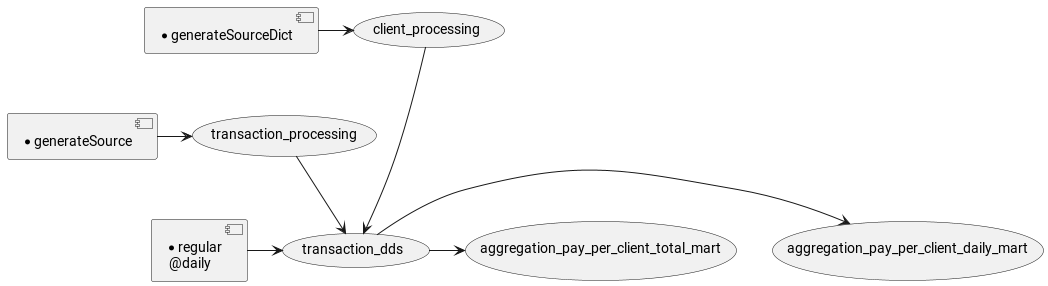
Above: demo/uml/regular.png in zaytsevdmitry/lakehouse (PlantUML), before the change. Source of this version:
```plantuml
@startuml
[* generateSource] -> (transaction_processing)
[* generateSourceDict] -> (client_processing)
[* regular\n @daily]-> (transaction_dds)
(client_processing) --->  (transaction_dds)
(transaction_processing) --> (transaction_dds)
(transaction_dds) -> (aggregation_pay_per_client_daily_mart)
(transaction_dds) -> (aggregation_pay_per_client_total_mart)
@enduml
```
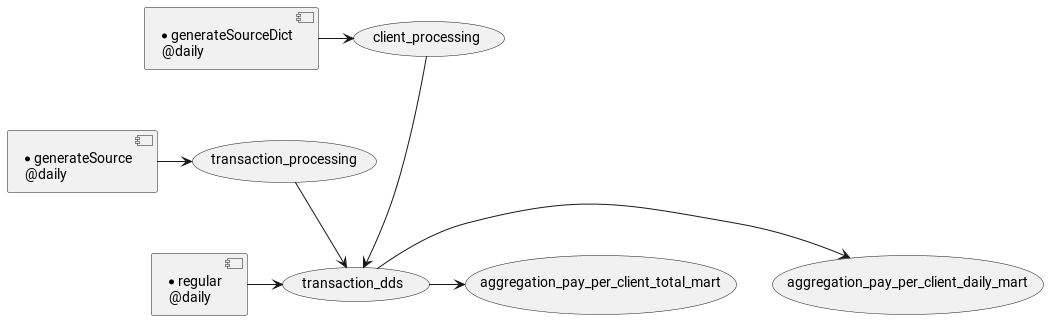
Above is the later version.

Diff of the diagram source:
```diff
@@ -1,6 +1,6 @@
 @startuml
-[* generateSource] -> (transaction_processing)
-[* generateSourceDict] -> (client_processing)
+[* generateSource\n @daily] -> (transaction_processing)
+[* generateSourceDict\n @daily] -> (client_processing)
 [* regular\n @daily]-> (transaction_dds)
 (client_processing) --->  (transaction_dds)
 (transaction_processing) --> (transaction_dds)
```
